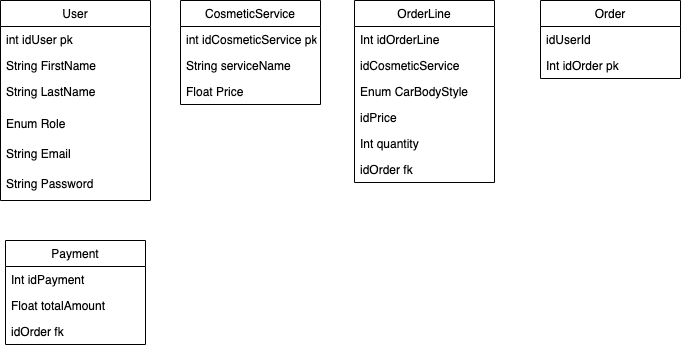
The draw.io diagram utils/Untitled Diagram.drawio.png in AlinBacan/CarDetailing, before a commit. Source tidied: cells renumbered, new cells last; positions are measured from the earlier drawing's top-left corner, leaving out a move shared by most shapes.
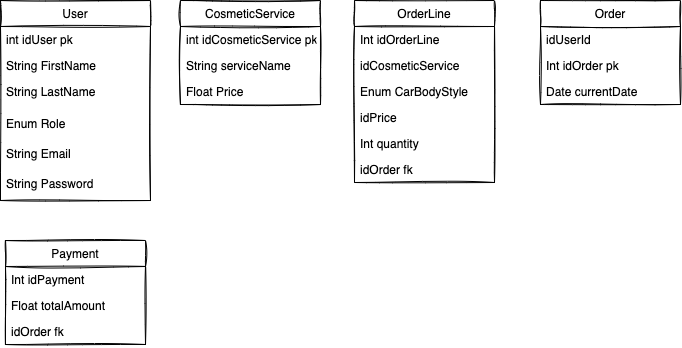
The same diagram one commit later.

Commit message:
Refactorizare Author -> User

Diff of the diagram source:
```diff
@@ -2,79 +2,82 @@
   <root>
     <mxCell id="0" />
     <mxCell id="1" parent="0" />
-    <mxCell id="2" value="User" style="swimlane;fontStyle=0;horizontal=1;startSize=26;fillColor=none;" parent="1" vertex="1">
+    <mxCell id="2" value="User" style="swimlane;fontStyle=0;horizontal=1;startSize=26;fillColor=none;sketch=1;" parent="1" vertex="1">
       <mxGeometry width="150" height="200" as="geometry" />
     </mxCell>
-    <mxCell id="3" value="int idUser pk" style="text;strokeColor=none;fillColor=none;align=left;verticalAlign=top;spacingLeft=4;spacingRight=4;overflow=hidden;" parent="2" vertex="1">
+    <mxCell id="3" value="int idUser pk" style="text;strokeColor=none;fillColor=none;align=left;verticalAlign=top;spacingLeft=4;spacingRight=4;overflow=hidden;sketch=1;" parent="2" vertex="1">
       <mxGeometry y="26" width="150" height="26" as="geometry" />
     </mxCell>
-    <mxCell id="4" value="String FirstName" style="text;strokeColor=none;fillColor=none;align=left;verticalAlign=top;spacingLeft=4;spacingRight=4;overflow=hidden;" parent="2" vertex="1">
+    <mxCell id="4" value="String FirstName" style="text;strokeColor=none;fillColor=none;align=left;verticalAlign=top;spacingLeft=4;spacingRight=4;overflow=hidden;sketch=1;" parent="2" vertex="1">
       <mxGeometry y="52" width="150" height="26" as="geometry" />
     </mxCell>
-    <mxCell id="5" value="String LastName" style="text;strokeColor=none;fillColor=none;align=left;verticalAlign=top;spacingLeft=4;spacingRight=4;overflow=hidden;" parent="2" vertex="1">
+    <mxCell id="5" value="String LastName" style="text;strokeColor=none;fillColor=none;align=left;verticalAlign=top;spacingLeft=4;spacingRight=4;overflow=hidden;sketch=1;" parent="2" vertex="1">
       <mxGeometry y="78" width="150" height="32" as="geometry" />
     </mxCell>
-    <mxCell id="6" value="Enum Role" style="text;strokeColor=none;fillColor=none;align=left;verticalAlign=top;spacingLeft=4;spacingRight=4;overflow=hidden;" parent="2" vertex="1">
+    <mxCell id="6" value="Enum Role" style="text;strokeColor=none;fillColor=none;align=left;verticalAlign=top;spacingLeft=4;spacingRight=4;overflow=hidden;sketch=1;" parent="2" vertex="1">
       <mxGeometry y="110" width="150" height="30" as="geometry" />
     </mxCell>
-    <mxCell id="7" value="String Email" style="text;strokeColor=none;fillColor=none;align=left;verticalAlign=top;spacingLeft=4;spacingRight=4;overflow=hidden;" parent="2" vertex="1">
+    <mxCell id="7" value="String Email" style="text;strokeColor=none;fillColor=none;align=left;verticalAlign=top;spacingLeft=4;spacingRight=4;overflow=hidden;sketch=1;" parent="2" vertex="1">
       <mxGeometry y="140" width="150" height="30" as="geometry" />
     </mxCell>
-    <mxCell id="8" value="String Password" style="text;strokeColor=none;fillColor=none;align=left;verticalAlign=top;spacingLeft=4;spacingRight=4;overflow=hidden;" parent="2" vertex="1">
+    <mxCell id="8" value="String Password" style="text;strokeColor=none;fillColor=none;align=left;verticalAlign=top;spacingLeft=4;spacingRight=4;overflow=hidden;sketch=1;" parent="2" vertex="1">
       <mxGeometry y="170" width="150" height="30" as="geometry" />
     </mxCell>
-    <mxCell id="9" value="CosmeticService" style="swimlane;fontStyle=0;horizontal=1;startSize=26;fillColor=none;" parent="1" vertex="1">
+    <mxCell id="9" value="CosmeticService" style="swimlane;fontStyle=0;horizontal=1;startSize=26;fillColor=none;sketch=1;" parent="1" vertex="1">
       <mxGeometry x="180" width="140" height="104" as="geometry" />
     </mxCell>
-    <mxCell id="10" value="int idCosmeticService pk" style="text;strokeColor=none;fillColor=none;align=left;verticalAlign=top;spacingLeft=4;spacingRight=4;overflow=hidden;" parent="9" vertex="1">
+    <mxCell id="10" value="int idCosmeticService pk" style="text;strokeColor=none;fillColor=none;align=left;verticalAlign=top;spacingLeft=4;spacingRight=4;overflow=hidden;sketch=1;" parent="9" vertex="1">
       <mxGeometry y="26" width="140" height="26" as="geometry" />
     </mxCell>
-    <mxCell id="11" value="String serviceName" style="text;strokeColor=none;fillColor=none;align=left;verticalAlign=top;spacingLeft=4;spacingRight=4;overflow=hidden;" parent="9" vertex="1">
+    <mxCell id="11" value="String serviceName" style="text;strokeColor=none;fillColor=none;align=left;verticalAlign=top;spacingLeft=4;spacingRight=4;overflow=hidden;sketch=1;" parent="9" vertex="1">
       <mxGeometry y="52" width="140" height="26" as="geometry" />
     </mxCell>
-    <mxCell id="12" value="Float Price" style="text;strokeColor=none;fillColor=none;align=left;verticalAlign=top;spacingLeft=4;spacingRight=4;overflow=hidden;" parent="9" vertex="1">
+    <mxCell id="12" value="Float Price" style="text;strokeColor=none;fillColor=none;align=left;verticalAlign=top;spacingLeft=4;spacingRight=4;overflow=hidden;sketch=1;" parent="9" vertex="1">
       <mxGeometry y="78" width="140" height="26" as="geometry" />
     </mxCell>
-    <mxCell id="13" value="OrderLine" style="swimlane;fontStyle=0;horizontal=1;startSize=26;fillColor=none;" parent="1" vertex="1">
+    <mxCell id="13" value="OrderLine" style="swimlane;fontStyle=0;horizontal=1;startSize=26;fillColor=none;sketch=1;" parent="1" vertex="1">
       <mxGeometry x="354" width="140" height="182" as="geometry" />
     </mxCell>
-    <mxCell id="14" value="Int idOrderLine" style="text;strokeColor=none;fillColor=none;align=left;verticalAlign=top;spacingLeft=4;spacingRight=4;overflow=hidden;" parent="13" vertex="1">
+    <mxCell id="14" value="Int idOrderLine" style="text;strokeColor=none;fillColor=none;align=left;verticalAlign=top;spacingLeft=4;spacingRight=4;overflow=hidden;sketch=1;" parent="13" vertex="1">
       <mxGeometry y="26" width="140" height="26" as="geometry" />
     </mxCell>
-    <mxCell id="15" value="idCosmeticService" style="text;strokeColor=none;fillColor=none;align=left;verticalAlign=top;spacingLeft=4;spacingRight=4;overflow=hidden;" parent="13" vertex="1">
+    <mxCell id="15" value="idCosmeticService" style="text;strokeColor=none;fillColor=none;align=left;verticalAlign=top;spacingLeft=4;spacingRight=4;overflow=hidden;sketch=1;" parent="13" vertex="1">
       <mxGeometry y="52" width="140" height="26" as="geometry" />
     </mxCell>
-    <mxCell id="16" value="Enum CarBodyStyle" style="text;strokeColor=none;fillColor=none;align=left;verticalAlign=top;spacingLeft=4;spacingRight=4;overflow=hidden;" parent="13" vertex="1">
+    <mxCell id="16" value="Enum CarBodyStyle" style="text;strokeColor=none;fillColor=none;align=left;verticalAlign=top;spacingLeft=4;spacingRight=4;overflow=hidden;sketch=1;" parent="13" vertex="1">
       <mxGeometry y="78" width="140" height="26" as="geometry" />
     </mxCell>
-    <mxCell id="17" value="idPrice" style="text;strokeColor=none;fillColor=none;align=left;verticalAlign=top;spacingLeft=4;spacingRight=4;overflow=hidden;" parent="13" vertex="1">
+    <mxCell id="17" value="idPrice" style="text;strokeColor=none;fillColor=none;align=left;verticalAlign=top;spacingLeft=4;spacingRight=4;overflow=hidden;sketch=1;" parent="13" vertex="1">
       <mxGeometry y="104" width="140" height="26" as="geometry" />
     </mxCell>
-    <mxCell id="18" value="Int quantity" style="text;strokeColor=none;fillColor=none;align=left;verticalAlign=top;spacingLeft=4;spacingRight=4;overflow=hidden;" parent="13" vertex="1">
+    <mxCell id="18" value="Int quantity" style="text;strokeColor=none;fillColor=none;align=left;verticalAlign=top;spacingLeft=4;spacingRight=4;overflow=hidden;sketch=1;" parent="13" vertex="1">
       <mxGeometry y="130" width="140" height="26" as="geometry" />
     </mxCell>
-    <mxCell id="19" value="idOrder fk" style="text;strokeColor=none;fillColor=none;align=left;verticalAlign=top;spacingLeft=4;spacingRight=4;overflow=hidden;" parent="13" vertex="1">
+    <mxCell id="19" value="idOrder fk" style="text;strokeColor=none;fillColor=none;align=left;verticalAlign=top;spacingLeft=4;spacingRight=4;overflow=hidden;sketch=1;" parent="13" vertex="1">
       <mxGeometry y="156" width="140" height="26" as="geometry" />
     </mxCell>
-    <mxCell id="20" value="Order" style="swimlane;fontStyle=0;horizontal=1;startSize=26;fillColor=none;" parent="1" vertex="1">
-      <mxGeometry x="540" width="140" height="78" as="geometry" />
+    <mxCell id="20" value="Order" style="swimlane;fontStyle=0;horizontal=1;startSize=26;fillColor=none;sketch=1;" parent="1" vertex="1">
+      <mxGeometry x="540" width="140" height="104" as="geometry" />
     </mxCell>
-    <mxCell id="21" value="idUserId" style="text;strokeColor=none;fillColor=none;align=left;verticalAlign=top;spacingLeft=4;spacingRight=4;overflow=hidden;" parent="20" vertex="1">
+    <mxCell id="21" value="idUserId" style="text;strokeColor=none;fillColor=none;align=left;verticalAlign=top;spacingLeft=4;spacingRight=4;overflow=hidden;sketch=1;" parent="20" vertex="1">
       <mxGeometry y="26" width="140" height="26" as="geometry" />
     </mxCell>
-    <mxCell id="22" value="Int idOrder pk" style="text;strokeColor=none;fillColor=none;align=left;verticalAlign=top;spacingLeft=4;spacingRight=4;overflow=hidden;" parent="20" vertex="1">
+    <mxCell id="22" value="Int idOrder pk" style="text;strokeColor=none;fillColor=none;align=left;verticalAlign=middle;spacingLeft=4;spacingRight=4;overflow=hidden;sketch=1;" parent="20" vertex="1">
       <mxGeometry y="52" width="140" height="26" as="geometry" />
     </mxCell>
+    <mxCell id="27" value="Date currentDate" style="text;strokeColor=none;fillColor=none;align=left;verticalAlign=middle;spacingLeft=4;spacingRight=4;overflow=hidden;sketch=1;" parent="20" vertex="1">
+      <mxGeometry y="78" width="140" height="26" as="geometry" />
+    </mxCell>
-    <mxCell id="23" value="Payment" style="swimlane;fontStyle=0;horizontal=1;startSize=26;fillColor=none;" parent="1" vertex="1">
+    <mxCell id="23" value="Payment" style="swimlane;fontStyle=0;horizontal=1;startSize=26;fillColor=none;sketch=1;" parent="1" vertex="1">
       <mxGeometry x="5" y="240" width="140" height="104" as="geometry" />
     </mxCell>
-    <mxCell id="24" value="Int idPayment" style="text;strokeColor=none;fillColor=none;align=left;verticalAlign=top;spacingLeft=4;spacingRight=4;overflow=hidden;" parent="23" vertex="1">
+    <mxCell id="24" value="Int idPayment" style="text;strokeColor=none;fillColor=none;align=left;verticalAlign=top;spacingLeft=4;spacingRight=4;overflow=hidden;sketch=1;" parent="23" vertex="1">
       <mxGeometry y="26" width="140" height="26" as="geometry" />
     </mxCell>
-    <mxCell id="25" value="Float totalAmount" style="text;strokeColor=none;fillColor=none;align=left;verticalAlign=top;spacingLeft=4;spacingRight=4;overflow=hidden;" parent="23" vertex="1">
+    <mxCell id="25" value="Float totalAmount" style="text;strokeColor=none;fillColor=none;align=left;verticalAlign=top;spacingLeft=4;spacingRight=4;overflow=hidden;sketch=1;" parent="23" vertex="1">
       <mxGeometry y="52" width="140" height="26" as="geometry" />
     </mxCell>
-    <mxCell id="26" value="idOrder fk" style="text;strokeColor=none;fillColor=none;align=left;verticalAlign=top;spacingLeft=4;spacingRight=4;overflow=hidden;" parent="23" vertex="1">
+    <mxCell id="26" value="idOrder fk" style="text;strokeColor=none;fillColor=none;align=left;verticalAlign=top;spacingLeft=4;spacingRight=4;overflow=hidden;sketch=1;" parent="23" vertex="1">
       <mxGeometry y="78" width="140" height="26" as="geometry" />
     </mxCell>
   </root>
```
